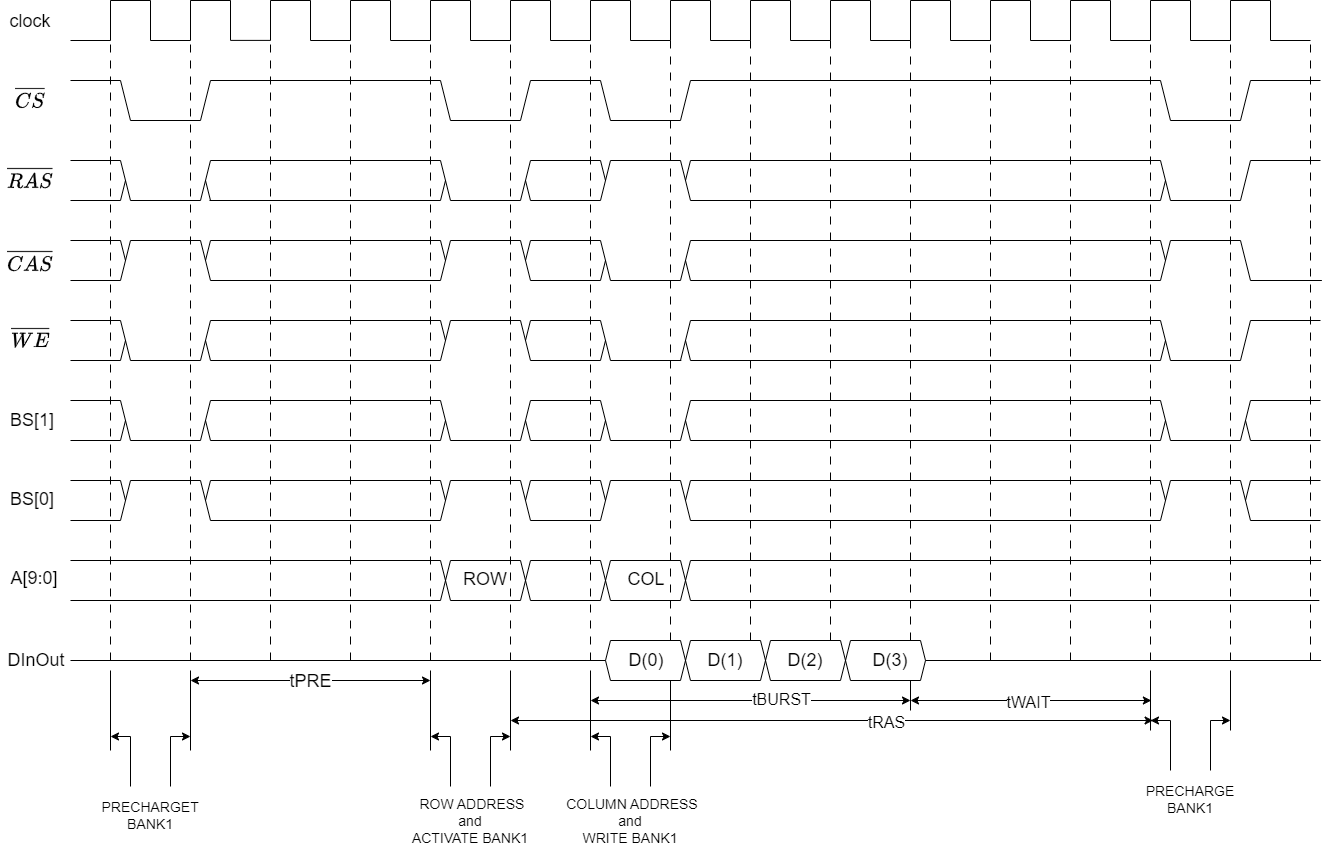
This is blog/computer-base/Fundamentals-of-Computer-Architecture-and-Design/5/fig-17-a-single-write-cycle.png from zgjsxx/static-img-repo, a draw.io export, as it was before one commit. Source tidied: cells renumbered, new cells last; positions are measured from the earlier drawing's top-left corner, leaving out a move shared by most shapes.
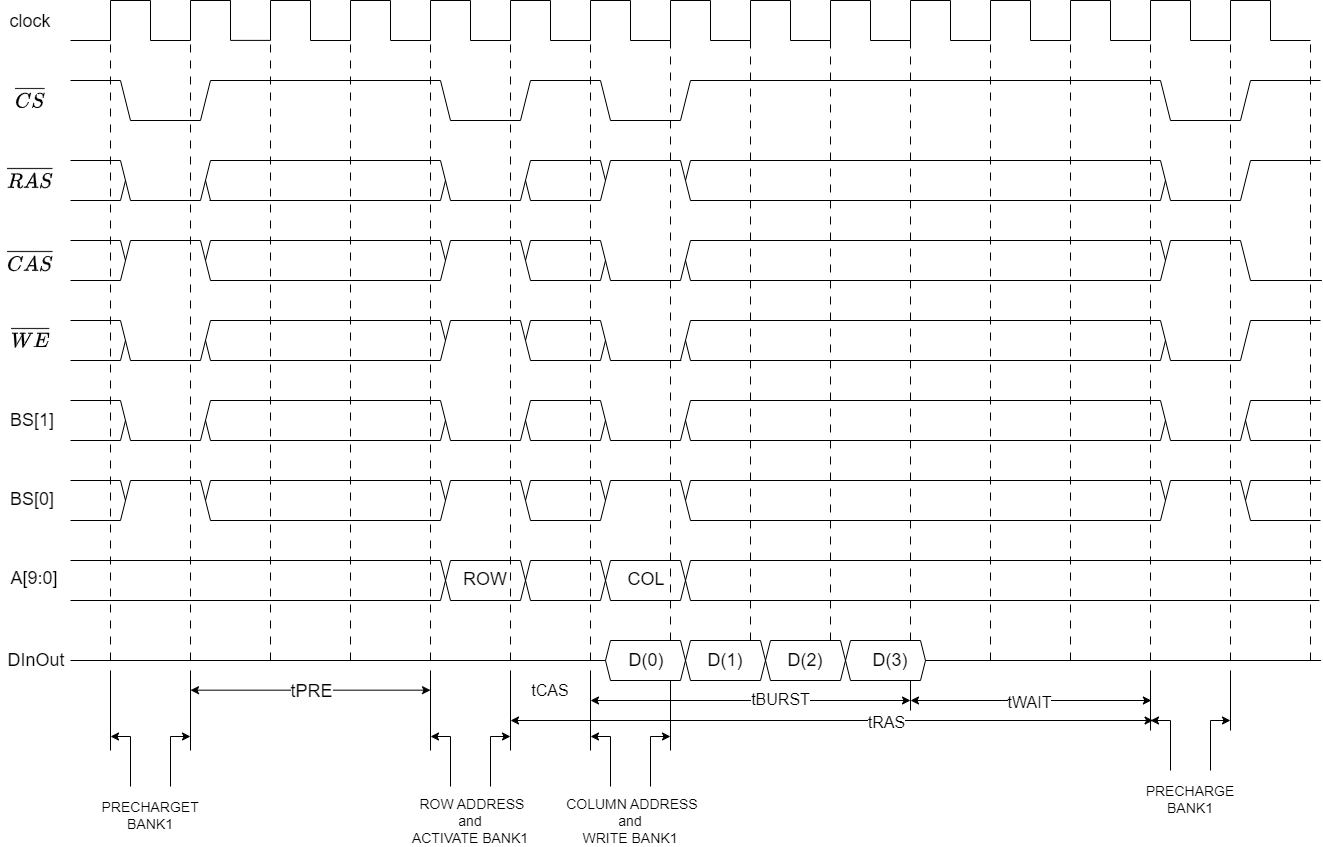
After the commit.

Diff of the diagram source:
```diff
@@ -1714,8 +1714,8 @@
     </mxCell>
     <mxCell id="294" style="endArrow=classic;html=1;rounded=0;startArrow=classic;startFill=1;" parent="1" edge="1">
       <mxGeometry relative="1" as="geometry">
-        <mxPoint x="430" y="680" as="sourcePoint" />
-        <mxPoint x="190" y="680" as="targetPoint" />
+        <mxPoint x="430" y="689.7" as="sourcePoint" />
+        <mxPoint x="190" y="689.7" as="targetPoint" />
       </mxGeometry>
     </mxCell>
     <mxCell id="295" value="&lt;font style=&quot;font-size: 18px;&quot;&gt;tPRE&lt;/font&gt;" style="edgeLabel;html=1;align=center;verticalAlign=middle;" parent="294" vertex="1">
@@ -1934,5 +1934,8 @@
     <mxCell id="338" value="&lt;font style=&quot;font-size: 16px;&quot;&gt;tRAS&lt;/font&gt;" style="edgeLabel;html=1;align=center;verticalAlign=middle;" parent="337" vertex="1">
       <mxGeometry x="0.17" y="-1" relative="1" as="geometry" />
     </mxCell>
+    <mxCell id="339" value="&lt;font style=&quot;font-size: 16px;&quot;&gt;tCAS&lt;/font&gt;" style="text;strokeColor=none;align=center;fillColor=none;html=1;verticalAlign=middle;whiteSpace=wrap;rounded=0;" parent="1" vertex="1">
+      <mxGeometry x="520" y="675" width="60" height="30" as="geometry" />
+    </mxCell>
   </root>
 </mxGraphModel>
```
